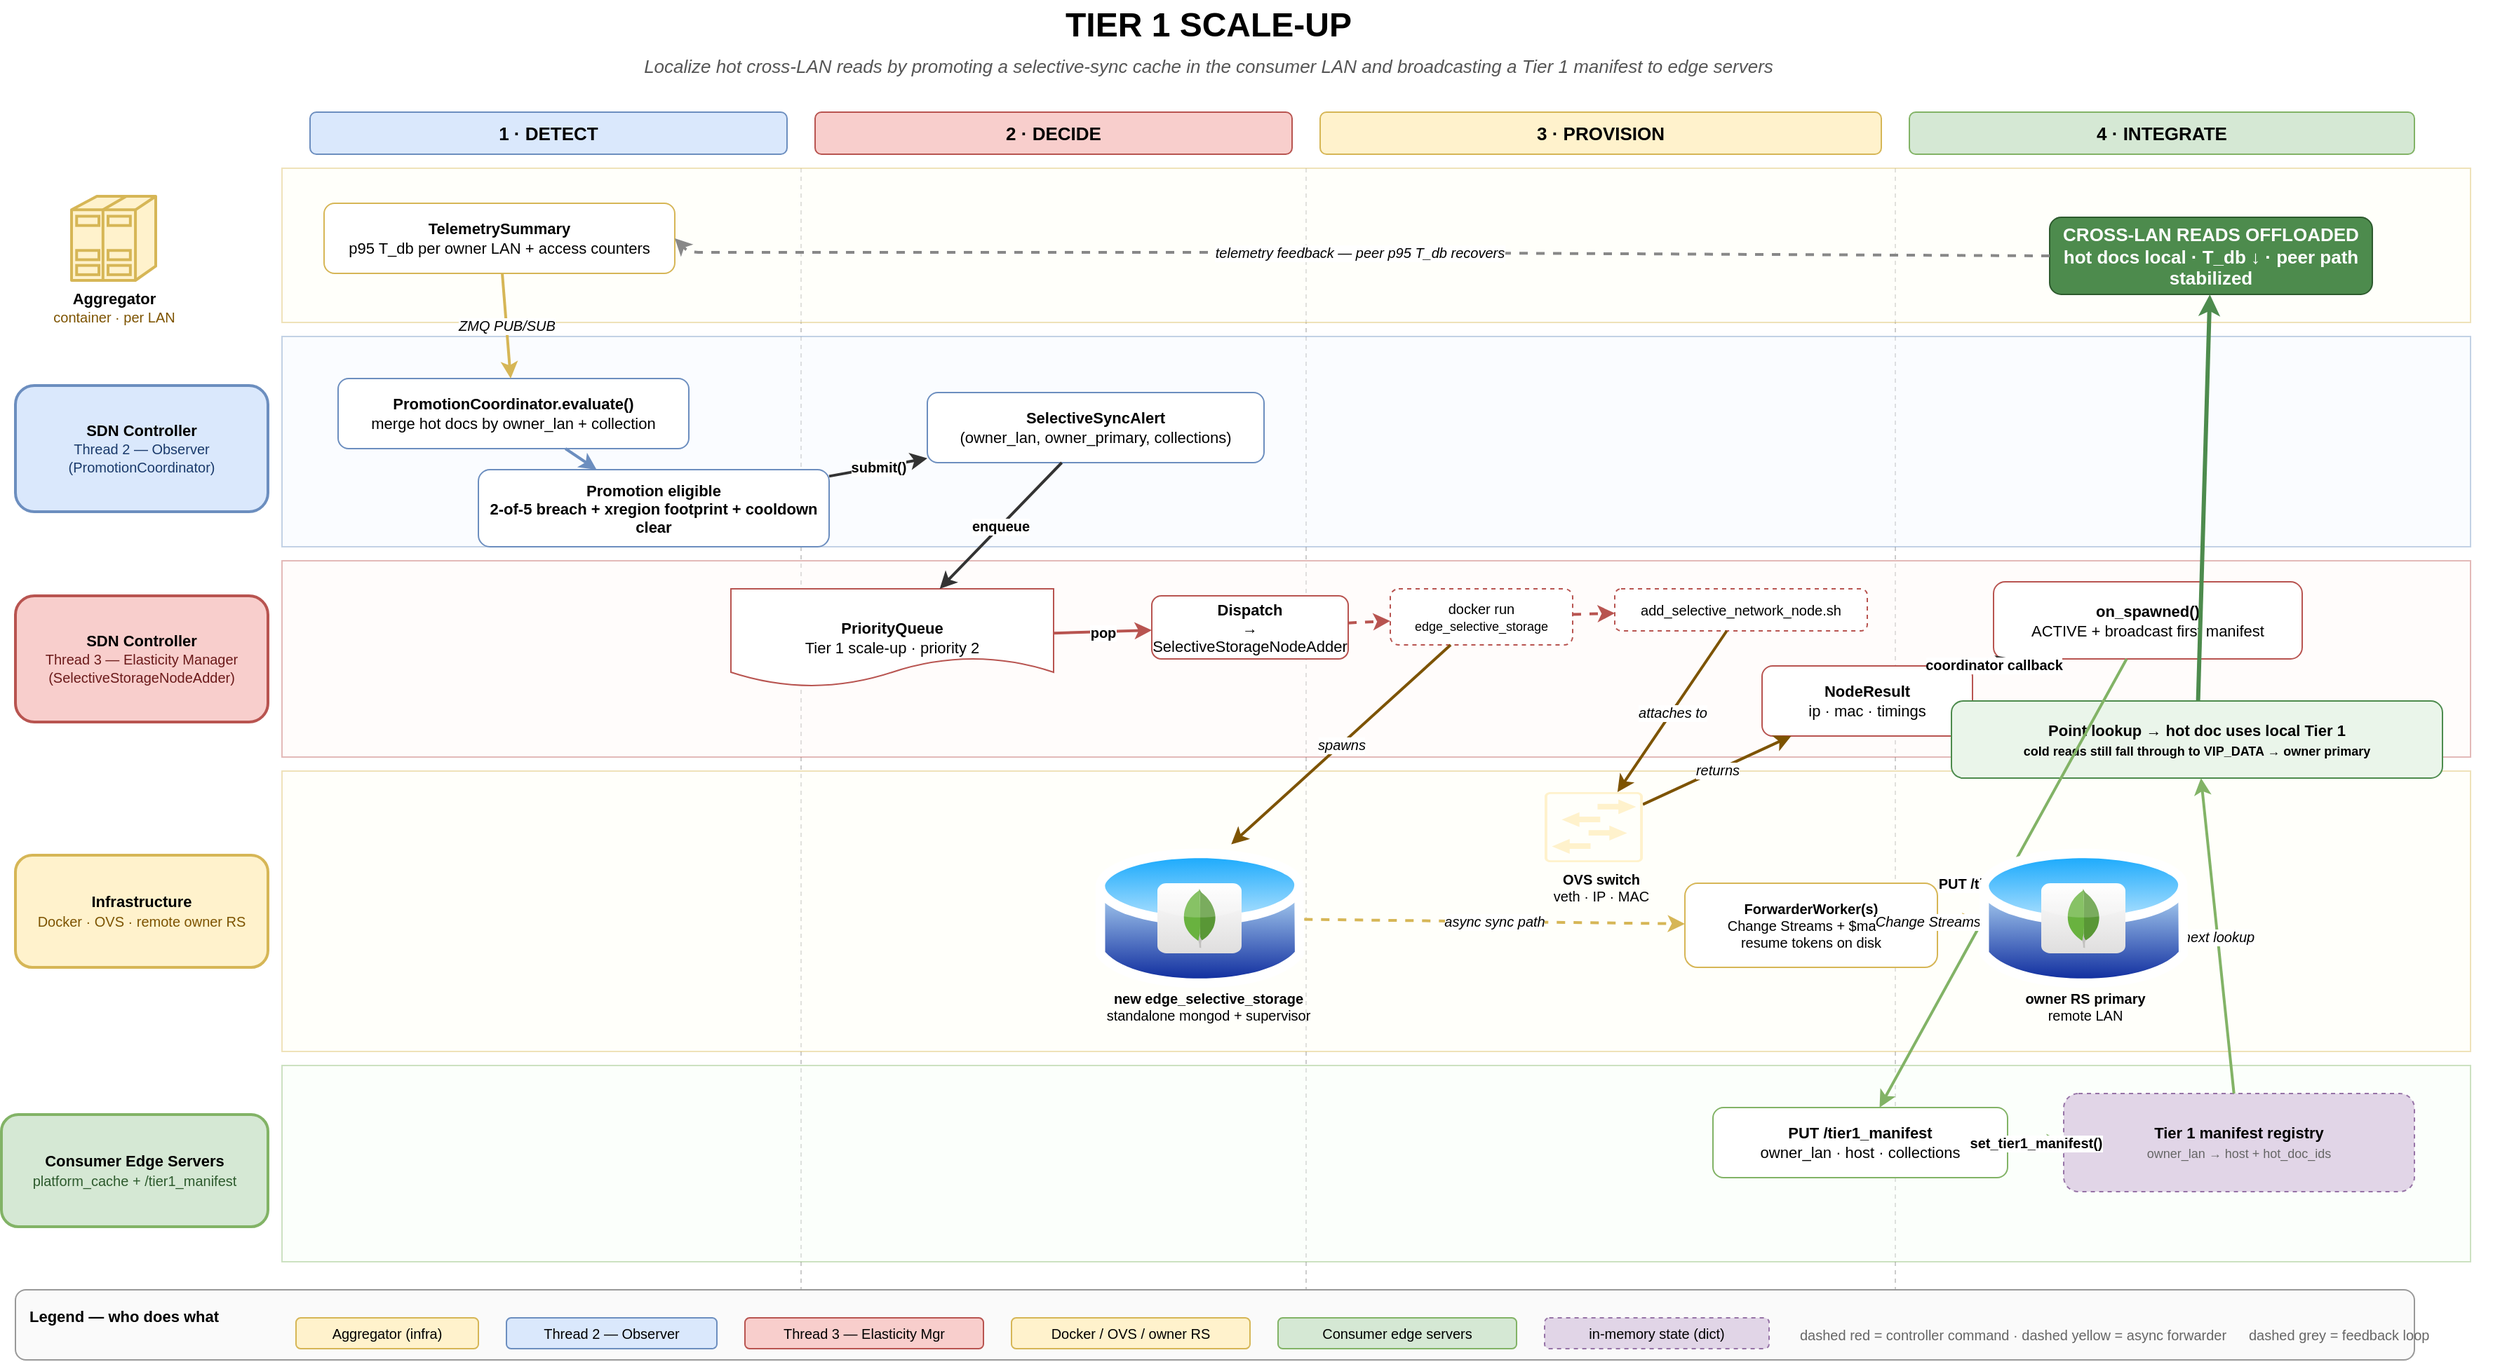
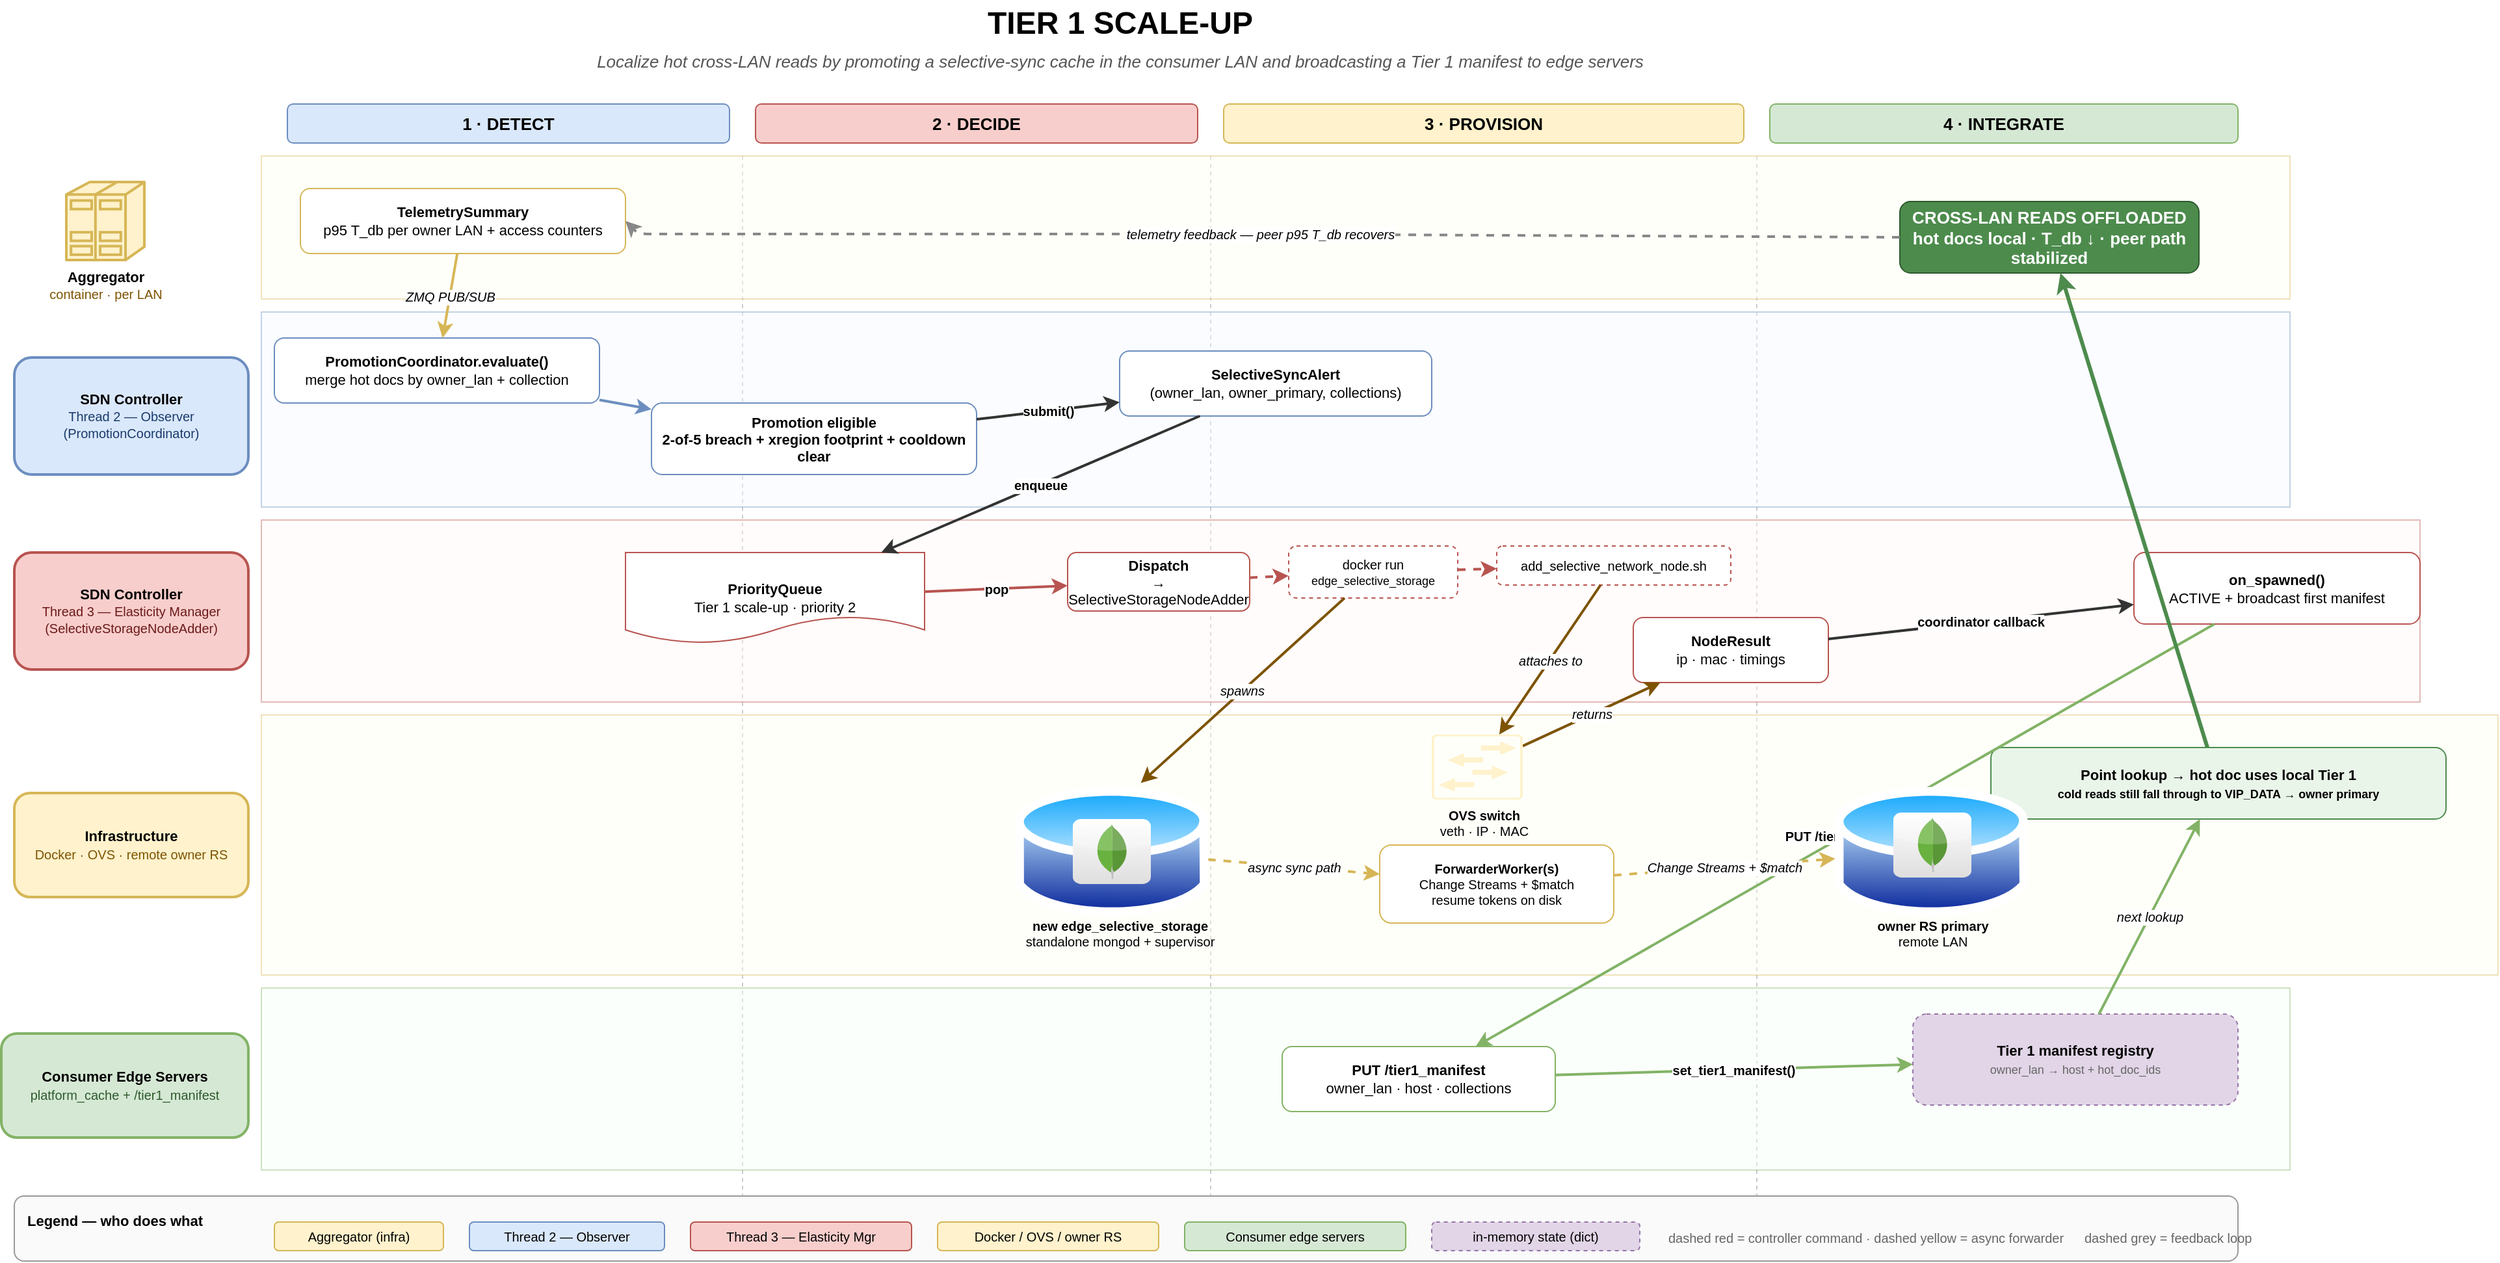
<mxfile host="65bd71144e">
    <diagram id="tier1-scale-up" name="Tier1 Scale-Up">
-         <mxGraphModel dx="816" dy="651" grid="1" gridSize="10" guides="1" tooltips="1" connect="1" arrows="1" fold="1" page="1" pageScale="1" pageWidth="1800" pageHeight="1000" background="#FFFFFF" math="0" shadow="0">
+         <mxGraphModel dx="1154" dy="740" grid="1" gridSize="10" guides="1" tooltips="1" connect="1" arrows="1" fold="1" page="1" pageScale="1" pageWidth="1800" pageHeight="1000" background="#FFFFFF" math="0" shadow="0">
            <root>
                <mxCell id="0"/>
                <mxCell id="1" parent="0"/>
                <mxCell id="title" value="TIER 1 SCALE-UP" style="text;html=1;strokeColor=none;fillColor=none;align=center;verticalAlign=middle;fontSize=24;fontStyle=1;" parent="1" vertex="1">
                    <mxGeometry x="600" y="20" width="600" height="36" as="geometry"/>
                </mxCell>
                <mxCell id="subtitle" value="Localize hot cross-LAN reads by promoting a selective-sync cache in the consumer LAN and broadcasting a Tier 1 manifest to edge servers" style="text;html=1;strokeColor=none;fillColor=none;align=center;verticalAlign=middle;fontSize=13;fontStyle=2;fontColor=#555555;" parent="1" vertex="1">
                    <mxGeometry x="260" y="56" width="1280" height="22" as="geometry"/>
                </mxCell>
                <mxCell id="ph1" value="1 · DETECT" style="rounded=1;whiteSpace=wrap;html=1;fillColor=#dae8fc;strokeColor=#6c8ebf;fontSize=13;fontStyle=1;" parent="1" vertex="1">
                    <mxGeometry x="260" y="100" width="340" height="30" as="geometry"/>
                </mxCell>
                <mxCell id="ph2" value="2 · DECIDE" style="rounded=1;whiteSpace=wrap;html=1;fillColor=#f8cecc;strokeColor=#b85450;fontSize=13;fontStyle=1;" parent="1" vertex="1">
                    <mxGeometry x="620" y="100" width="340" height="30" as="geometry"/>
                </mxCell>
                <mxCell id="ph3" value="3 · PROVISION" style="rounded=1;whiteSpace=wrap;html=1;fillColor=#fff2cc;strokeColor=#d6b656;fontSize=13;fontStyle=1;" parent="1" vertex="1">
                    <mxGeometry x="980" y="100" width="400" height="30" as="geometry"/>
                </mxCell>
                <mxCell id="ph4" value="4 · INTEGRATE" style="rounded=1;whiteSpace=wrap;html=1;fillColor=#d5e8d4;strokeColor=#82b366;fontSize=13;fontStyle=1;" parent="1" vertex="1">
                    <mxGeometry x="1400" y="100" width="360" height="30" as="geometry"/>
                </mxCell>
                <mxCell id="sep1" style="endArrow=none;html=1;strokeColor=#cccccc;dashed=1;" parent="1" edge="1">
                    <mxGeometry relative="1" as="geometry">
                        <mxPoint x="610" y="140" as="sourcePoint"/>
                        <mxPoint x="610" y="960" as="targetPoint"/>
                    </mxGeometry>
                </mxCell>
                <mxCell id="sep2" style="endArrow=none;html=1;strokeColor=#cccccc;dashed=1;" parent="1" edge="1">
                    <mxGeometry relative="1" as="geometry">
                        <mxPoint x="970" y="140" as="sourcePoint"/>
                        <mxPoint x="970" y="960" as="targetPoint"/>
                    </mxGeometry>
                </mxCell>
                <mxCell id="sep3" style="endArrow=none;html=1;strokeColor=#cccccc;dashed=1;" parent="1" edge="1">
                    <mxGeometry relative="1" as="geometry">
                        <mxPoint x="1390" y="140" as="sourcePoint"/>
                        <mxPoint x="1390" y="960" as="targetPoint"/>
                    </mxGeometry>
                </mxCell>
                <mxCell id="lane_agg" value="" style="rounded=0;whiteSpace=wrap;html=1;fillColor=#fffef2;strokeColor=#d6b656;opacity=40;" parent="1" vertex="1">
                    <mxGeometry x="240" y="140" width="1560" height="110" as="geometry"/>
                </mxCell>
                <mxCell id="lane_agg_hdr" value="&lt;b&gt;Aggregator&lt;/b&gt;&lt;br/&gt;&lt;span style=&quot;font-size:10px;color:#7d5300&quot;&gt;container · per LAN&lt;/span&gt;" style="shape=mxgraph.cisco.servers.standard_host;html=1;pointerEvents=1;dashed=0;fillColor=#fff2cc;strokeColor=#d6b656;strokeWidth=2;verticalLabelPosition=bottom;verticalAlign=top;align=center;outlineConnect=0;fontSize=11;" parent="1" vertex="1">
                    <mxGeometry x="90" y="160" width="60" height="60" as="geometry"/>
                </mxCell>
                <mxCell id="lane_t2" value="" style="rounded=0;whiteSpace=wrap;html=1;fillColor=#f2f7ff;strokeColor=#6c8ebf;opacity=40;" parent="1" vertex="1">
                    <mxGeometry x="240" y="260" width="1560" height="150" as="geometry"/>
                </mxCell>
                <mxCell id="lane_t2_hdr" value="&lt;b&gt;SDN Controller&lt;/b&gt;&lt;br/&gt;&lt;span style=&quot;font-size:10px;color:#1a3a6b&quot;&gt;Thread 2 — Observer&lt;/span&gt;&lt;br/&gt;&lt;span style=&quot;font-size:10px;color:#1a3a6b&quot;&gt;(PromotionCoordinator)&lt;/span&gt;" style="rounded=1;whiteSpace=wrap;html=1;fillColor=#dae8fc;strokeColor=#6c8ebf;fontSize=11;strokeWidth=2;" parent="1" vertex="1">
                    <mxGeometry x="50" y="295" width="180" height="90" as="geometry"/>
                </mxCell>
                <mxCell id="lane_t3" value="" style="rounded=0;whiteSpace=wrap;html=1;fillColor=#fff7f6;strokeColor=#b85450;opacity=40;" parent="1" vertex="1">
-                     <mxGeometry x="240" y="420" width="1560" height="140" as="geometry"/>
+                     <mxGeometry x="240" y="420" width="1660" height="140" as="geometry"/>
                </mxCell>
                <mxCell id="lane_t3_hdr" value="&lt;b&gt;SDN Controller&lt;/b&gt;&lt;br/&gt;&lt;span style=&quot;font-size:10px;color:#6b1a1a&quot;&gt;Thread 3 — Elasticity Manager&lt;/span&gt;&lt;br/&gt;&lt;span style=&quot;font-size:10px;color:#6b1a1a&quot;&gt;(SelectiveStorageNodeAdder)&lt;/span&gt;" style="rounded=1;whiteSpace=wrap;html=1;fillColor=#f8cecc;strokeColor=#b85450;fontSize=11;strokeWidth=2;" parent="1" vertex="1">
                    <mxGeometry x="50" y="445" width="180" height="90" as="geometry"/>
                </mxCell>
                <mxCell id="lane_infra" value="" style="rounded=0;whiteSpace=wrap;html=1;fillColor=#fffef2;strokeColor=#d6b656;opacity=40;" parent="1" vertex="1">
-                     <mxGeometry x="240" y="570" width="1560" height="200" as="geometry"/>
+                     <mxGeometry x="240" y="570" width="1720" height="200" as="geometry"/>
                </mxCell>
                <mxCell id="lane_infra_hdr" value="&lt;b&gt;Infrastructure&lt;/b&gt;&lt;br/&gt;&lt;span style=&quot;font-size:10px;color:#7d5300&quot;&gt;Docker · OVS · remote owner RS&lt;/span&gt;" style="rounded=1;whiteSpace=wrap;html=1;fillColor=#fff2cc;strokeColor=#d6b656;fontSize=11;strokeWidth=2;" parent="1" vertex="1">
                    <mxGeometry x="50" y="630" width="180" height="80" as="geometry"/>
                </mxCell>
                <mxCell id="lane_edge" value="" style="rounded=0;whiteSpace=wrap;html=1;fillColor=#f6fff4;strokeColor=#82b366;opacity=40;" parent="1" vertex="1">
                    <mxGeometry x="240" y="780" width="1560" height="140" as="geometry"/>
                </mxCell>
                <mxCell id="lane_edge_hdr" value="&lt;b&gt;Consumer Edge Servers&lt;/b&gt;&lt;br/&gt;&lt;span style=&quot;font-size:10px;color:#2d5a2d&quot;&gt;platform_cache + /tier1_manifest&lt;/span&gt;" style="rounded=1;whiteSpace=wrap;html=1;fillColor=#d5e8d4;strokeColor=#82b366;fontSize=11;strokeWidth=2;" parent="1" vertex="1">
                    <mxGeometry x="40" y="815" width="190" height="80" as="geometry"/>
                </mxCell>
                <mxCell id="n_agg_pub" value="&lt;b&gt;TelemetrySummary&lt;/b&gt;&lt;br/&gt;p95 T_db per owner LAN + access counters" style="rounded=1;whiteSpace=wrap;html=1;fillColor=#ffffff;strokeColor=#d6b656;fontSize=11;" parent="1" vertex="1">
                    <mxGeometry x="270" y="165" width="250" height="50" as="geometry"/>
                </mxCell>
                <mxCell id="n_t2_eval" value="&lt;b&gt;PromotionCoordinator.evaluate()&lt;/b&gt;&lt;br/&gt;merge hot docs by owner_lan + collection" style="rounded=1;whiteSpace=wrap;html=1;fillColor=#ffffff;strokeColor=#6c8ebf;fontSize=11;" parent="1" vertex="1">
-                     <mxGeometry x="280" y="290" width="250" height="50" as="geometry"/>
+                     <mxGeometry x="250" y="280" width="250" height="50" as="geometry"/>
                </mxCell>
                <mxCell id="n_t2_gate" value="&lt;b&gt;Promotion eligible&lt;/b&gt;&lt;br/&gt;2-of-5 breach + xregion footprint + cooldown clear" style="rounded=1;whiteSpace=wrap;html=1;fillColor=#ffffff;strokeColor=#6c8ebf;fontSize=11;fontStyle=1;" parent="1" vertex="1">
-                     <mxGeometry x="380" y="355" width="250" height="55" as="geometry"/>
+                     <mxGeometry x="540" y="330" width="250" height="55" as="geometry"/>
                </mxCell>
                <mxCell id="n_alert" value="&lt;b&gt;SelectiveSyncAlert&lt;/b&gt;&lt;br/&gt;(owner_lan, owner_primary, collections)" style="rounded=1;whiteSpace=wrap;html=1;fillColor=#ffffff;strokeColor=#6c8ebf;fontSize=11;" parent="1" vertex="1">
-                     <mxGeometry x="700" y="300" width="240" height="50" as="geometry"/>
+                     <mxGeometry x="900" y="290" width="240" height="50" as="geometry"/>
                </mxCell>
                <mxCell id="n_t3_queue" value="&lt;b&gt;PriorityQueue&lt;/b&gt;&lt;br/&gt;Tier 1 scale-up · priority 2" style="shape=document;whiteSpace=wrap;html=1;fillColor=#ffffff;strokeColor=#b85450;fontSize=11;" parent="1" vertex="1">
-                     <mxGeometry x="560" y="440" width="230" height="70" as="geometry"/>
+                     <mxGeometry x="520" y="445" width="230" height="70" as="geometry"/>
                </mxCell>
                <mxCell id="n_t3_dispatch" value="&lt;b&gt;Dispatch&lt;/b&gt;&lt;br/&gt;→ SelectiveStorageNodeAdder" style="rounded=1;whiteSpace=wrap;html=1;fillColor=#ffffff;strokeColor=#b85450;fontSize=11;" parent="1" vertex="1">
                    <mxGeometry x="860" y="445" width="140" height="45" as="geometry"/>
                </mxCell>
                <mxCell id="n_t3_cmd1" value="docker run&lt;br/&gt;&lt;span style=&quot;font-size:9px&quot;&gt;edge_selective_storage&lt;/span&gt;" style="rounded=1;whiteSpace=wrap;html=1;fillColor=#ffffff;strokeColor=#b85450;fontSize=10;dashed=1;" parent="1" vertex="1">
                    <mxGeometry x="1030" y="440" width="130" height="40" as="geometry"/>
                </mxCell>
                <mxCell id="n_t3_cmd2" value="add_selective_network_node.sh" style="rounded=1;whiteSpace=wrap;html=1;fillColor=#ffffff;strokeColor=#b85450;fontSize=10;dashed=1;" parent="1" vertex="1">
                    <mxGeometry x="1190" y="440" width="180" height="30" as="geometry"/>
                </mxCell>
                <mxCell id="n_t3_result" value="&lt;b&gt;NodeResult&lt;/b&gt;&lt;br/&gt;ip · mac · timings" style="rounded=1;whiteSpace=wrap;html=1;fillColor=#ffffff;strokeColor=#b85450;fontSize=11;" parent="1" vertex="1">
                    <mxGeometry x="1295" y="495" width="150" height="50" as="geometry"/>
                </mxCell>
                <mxCell id="n_t3_activate" value="&lt;b&gt;on_spawned()&lt;/b&gt;&lt;br/&gt;ACTIVE + broadcast first manifest" style="rounded=1;whiteSpace=wrap;html=1;fillColor=#ffffff;strokeColor=#b85450;fontSize=11;" parent="1" vertex="1">
-                     <mxGeometry x="1460" y="435" width="220" height="55" as="geometry"/>
+                     <mxGeometry x="1680" y="445" width="220" height="55" as="geometry"/>
                </mxCell>
                <mxCell id="n_new_lbl" value="&lt;b&gt;new edge_selective_storage&lt;/b&gt;&lt;br/&gt;standalone mongod + supervisor" style="text;html=1;align=center;fontSize=10;" parent="1" vertex="1">
                    <mxGeometry x="810" y="720" width="180" height="30" as="geometry"/>
                </mxCell>
                <mxCell id="n_ovs_lbl" value="&lt;b&gt;OVS switch&lt;/b&gt;&lt;br/&gt;veth · IP · MAC" style="text;html=1;align=center;fontSize=10;" parent="1" vertex="1">
                    <mxGeometry x="1125" y="635" width="110" height="30" as="geometry"/>
                </mxCell>
                <mxCell id="n_owner_lbl" value="&lt;b&gt;owner RS primary&lt;/b&gt;&lt;br/&gt;remote LAN" style="text;html=1;align=center;fontSize=10;" parent="1" vertex="1">
                    <mxGeometry x="1450" y="720" width="150" height="30" as="geometry"/>
                </mxCell>
                <mxCell id="n_forwarder" value="&lt;b&gt;ForwarderWorker(s)&lt;/b&gt;&lt;br/&gt;Change Streams + $match&lt;br/&gt;resume tokens on disk" style="rounded=1;whiteSpace=wrap;html=1;fillColor=#ffffff;strokeColor=#d6b656;fontSize=10;" parent="1" vertex="1">
-                     <mxGeometry x="1240" y="650" width="180" height="60" as="geometry"/>
+                     <mxGeometry x="1100" y="670" width="180" height="60" as="geometry"/>
                </mxCell>
                <mxCell id="n_manifest" value="&lt;b&gt;PUT /tier1_manifest&lt;/b&gt;&lt;br/&gt;owner_lan · host · collections" style="rounded=1;whiteSpace=wrap;html=1;fillColor=#ffffff;strokeColor=#82b366;fontSize=11;" parent="1" vertex="1">
-                     <mxGeometry x="1260" y="810" width="210" height="50" as="geometry"/>
+                     <mxGeometry x="1025" y="825" width="210" height="50" as="geometry"/>
                </mxCell>
                <mxCell id="n_registry" value="&lt;b&gt;Tier 1 manifest registry&lt;/b&gt;&lt;br/&gt;&lt;span style=&quot;font-size:9px;color:#666&quot;&gt;owner_lan → host + hot_doc_ids&lt;/span&gt;" style="rounded=1;whiteSpace=wrap;html=1;fillColor=#e1d5e7;strokeColor=#9673a6;fontSize=11;dashed=1;" parent="1" vertex="1">
                    <mxGeometry x="1510" y="800" width="250" height="70" as="geometry"/>
                </mxCell>
                <mxCell id="n_readpath" value="&lt;b&gt;Point lookup&lt;/b&gt; → hot doc uses local Tier 1&lt;br/&gt;&lt;span style=&quot;font-size:9px&quot;&gt;cold reads still fall through to VIP_DATA → owner primary&lt;/span&gt;" style="rounded=1;whiteSpace=wrap;html=1;fillColor=#eaf5ea;strokeColor=#4d8b4d;fontSize=11;fontStyle=1;" parent="1" vertex="1">
-                     <mxGeometry x="1430" y="520" width="350" height="55" as="geometry"/>
+                     <mxGeometry x="1570" y="595" width="350" height="55" as="geometry"/>
                </mxCell>
                <mxCell id="n_goal" value="&lt;b&gt;CROSS-LAN READS OFFLOADED&lt;/b&gt;&lt;br/&gt;hot docs local · T_db ↓ · peer path stabilized" style="rounded=1;whiteSpace=wrap;html=1;fillColor=#4d8b4d;fontColor=#ffffff;strokeColor=#2d5a2d;fontSize=13;fontStyle=1;" parent="1" vertex="1">
                    <mxGeometry x="1500" y="175" width="230" height="55" as="geometry"/>
                </mxCell>
                <mxCell id="e_pub" value="ZMQ PUB/SUB" style="endArrow=classic;html=1;strokeColor=#d6b656;strokeWidth=2;fontSize=10;fontStyle=2;labelBackgroundColor=#ffffff;" parent="1" source="n_agg_pub" target="n_t2_eval" edge="1">
                    <mxGeometry relative="1" as="geometry"/>
                </mxCell>
                <mxCell id="e_eval" style="endArrow=classic;html=1;strokeColor=#6c8ebf;strokeWidth=2;" parent="1" source="n_t2_eval" target="n_t2_gate" edge="1">
                    <mxGeometry relative="1" as="geometry"/>
                </mxCell>
                <mxCell id="e_post" value="submit()" style="endArrow=classic;html=1;strokeColor=#333333;strokeWidth=2;fontSize=10;fontStyle=1;labelBackgroundColor=#ffffff;" parent="1" source="n_t2_gate" target="n_alert" edge="1">
                    <mxGeometry relative="1" as="geometry"/>
                </mxCell>
                <mxCell id="e_enqueue" value="enqueue" style="endArrow=classic;html=1;strokeColor=#333333;strokeWidth=2;fontSize=10;fontStyle=1;labelBackgroundColor=#ffffff;" parent="1" source="n_alert" target="n_t3_queue" edge="1">
                    <mxGeometry relative="1" as="geometry"/>
                </mxCell>
                <mxCell id="e_pop" value="pop" style="endArrow=classic;html=1;strokeColor=#b85450;strokeWidth=2;fontSize=10;fontStyle=1;labelBackgroundColor=#ffffff;" parent="1" source="n_t3_queue" target="n_t3_dispatch" edge="1">
                    <mxGeometry relative="1" as="geometry"/>
                </mxCell>
                <mxCell id="e_cmd1" style="endArrow=classic;html=1;strokeColor=#b85450;strokeWidth=2;dashed=1;" parent="1" source="n_t3_dispatch" target="n_t3_cmd1" edge="1">
                    <mxGeometry relative="1" as="geometry"/>
                </mxCell>
                <mxCell id="e_cmd2" style="endArrow=classic;html=1;strokeColor=#b85450;strokeWidth=2;dashed=1;" parent="1" source="n_t3_cmd1" target="n_t3_cmd2" edge="1">
                    <mxGeometry relative="1" as="geometry"/>
                </mxCell>
                <mxCell id="e_docker" value="spawns" style="endArrow=classic;html=1;strokeColor=#7d5300;strokeWidth=2;fontSize=10;fontStyle=2;labelBackgroundColor=#ffffff;entryX=0.65;entryY=0.02;entryDx=0;entryDy=0;entryPerimeter=0;" parent="1" source="n_t3_cmd1" target="db_local" edge="1">
                    <mxGeometry relative="1" as="geometry">
                        <mxPoint x="925" y="620" as="targetPoint"/>
                    </mxGeometry>
                </mxCell>
                <mxCell id="e_attach" value="attaches to" style="endArrow=classic;html=1;strokeColor=#7d5300;strokeWidth=2;fontSize=10;fontStyle=2;labelBackgroundColor=#ffffff;" parent="1" source="n_t3_cmd2" target="n_ovs" edge="1">
                    <mxGeometry relative="1" as="geometry"/>
                </mxCell>
                <mxCell id="e_result" value="returns" style="endArrow=classic;html=1;strokeColor=#7d5300;strokeWidth=2;fontSize=10;fontStyle=2;labelBackgroundColor=#ffffff;" parent="1" source="n_ovs" target="n_t3_result" edge="1">
                    <mxGeometry relative="1" as="geometry"/>
                </mxCell>
                <mxCell id="e_activate" value="coordinator callback" style="endArrow=classic;html=1;strokeColor=#333333;strokeWidth=2;fontSize=10;fontStyle=1;labelBackgroundColor=#ffffff;" parent="1" source="n_t3_result" target="n_t3_activate" edge="1">
                    <mxGeometry relative="1" as="geometry"/>
                </mxCell>
                <mxCell id="e_manifest" value="PUT /tier1_manifest" style="endArrow=classic;html=1;strokeColor=#82b366;strokeWidth=2;fontSize=10;fontStyle=1;labelBackgroundColor=#ffffff;" parent="1" source="n_t3_activate" target="n_manifest" edge="1">
                    <mxGeometry relative="1" as="geometry"/>
                </mxCell>
                <mxCell id="e_registry" value="set_tier1_manifest()" style="endArrow=classic;html=1;strokeColor=#82b366;strokeWidth=2;fontSize=10;fontStyle=1;labelBackgroundColor=#ffffff;" parent="1" source="n_manifest" target="n_registry" edge="1">
                    <mxGeometry relative="1" as="geometry"/>
                </mxCell>
                <mxCell id="e_readpath" value="next lookup" style="endArrow=classic;html=1;strokeColor=#82b366;strokeWidth=2;fontSize=10;fontStyle=2;labelBackgroundColor=#ffffff;" parent="1" source="n_registry" target="n_readpath" edge="1">
                    <mxGeometry relative="1" as="geometry"/>
                </mxCell>
                <mxCell id="e_goal" style="endArrow=classic;html=1;strokeColor=#4d8b4d;strokeWidth=3;" parent="1" source="n_readpath" target="n_goal" edge="1">
                    <mxGeometry relative="1" as="geometry"/>
                </mxCell>
                <mxCell id="e_sync" value="async sync path" style="endArrow=classic;html=1;strokeColor=#d6b656;strokeWidth=2;fontSize=10;fontStyle=2;labelBackgroundColor=#ffffff;dashed=1;" parent="1" source="db_local" target="n_forwarder" edge="1">
                    <mxGeometry relative="1" as="geometry"/>
                </mxCell>
                <mxCell id="e_stream" value="Change Streams + $match" style="endArrow=classic;html=1;strokeColor=#d6b656;strokeWidth=2;fontSize=10;fontStyle=2;labelBackgroundColor=#ffffff;dashed=1;" parent="1" source="n_forwarder" target="db_owner" edge="1">
                    <mxGeometry relative="1" as="geometry"/>
                </mxCell>
                <mxCell id="e_feedback" value="telemetry feedback — peer p95 T_db recovers" style="endArrow=classic;html=1;dashed=1;strokeColor=#888888;strokeWidth=2;fontSize=10;fontStyle=2;labelBackgroundColor=#ffffff;exitX=0;exitY=0.5;exitDx=0;exitDy=0;entryX=1;entryY=0.5;entryDx=0;entryDy=0;" parent="1" source="n_goal" target="n_agg_pub" edge="1">
                    <mxGeometry relative="1" as="geometry">
                        <Array as="points">
                            <mxPoint x="990" y="200"/>
                            <mxPoint x="530" y="200"/>
                        </Array>
                    </mxGeometry>
                </mxCell>
                <mxCell id="legend_box" value="Legend — who does what" style="rounded=1;whiteSpace=wrap;html=1;fillColor=#fafafa;strokeColor=#999999;fontSize=11;fontStyle=1;align=left;verticalAlign=top;spacingLeft=8;spacingTop=6;" parent="1" vertex="1">
                    <mxGeometry x="50" y="940" width="1710" height="50" as="geometry"/>
                </mxCell>
                <mxCell id="leg_agg" value="Aggregator (infra)" style="rounded=1;whiteSpace=wrap;html=1;fillColor=#fff2cc;strokeColor=#d6b656;fontSize=10;" parent="1" vertex="1">
                    <mxGeometry x="250" y="960" width="130" height="22" as="geometry"/>
                </mxCell>
                <mxCell id="leg_t2" value="Thread 2 — Observer" style="rounded=1;whiteSpace=wrap;html=1;fillColor=#dae8fc;strokeColor=#6c8ebf;fontSize=10;" parent="1" vertex="1">
                    <mxGeometry x="400" y="960" width="150" height="22" as="geometry"/>
                </mxCell>
                <mxCell id="leg_t3" value="Thread 3 — Elasticity Mgr" style="rounded=1;whiteSpace=wrap;html=1;fillColor=#f8cecc;strokeColor=#b85450;fontSize=10;" parent="1" vertex="1">
                    <mxGeometry x="570" y="960" width="170" height="22" as="geometry"/>
                </mxCell>
                <mxCell id="leg_infra" value="Docker / OVS / owner RS" style="rounded=1;whiteSpace=wrap;html=1;fillColor=#fff2cc;strokeColor=#d6b656;fontSize=10;" parent="1" vertex="1">
                    <mxGeometry x="760" y="960" width="170" height="22" as="geometry"/>
                </mxCell>
                <mxCell id="leg_edge" value="Consumer edge servers" style="rounded=1;whiteSpace=wrap;html=1;fillColor=#d5e8d4;strokeColor=#82b366;fontSize=10;" parent="1" vertex="1">
                    <mxGeometry x="950" y="960" width="170" height="22" as="geometry"/>
                </mxCell>
                <mxCell id="leg_state" value="in-memory state (dict)" style="rounded=1;whiteSpace=wrap;html=1;fillColor=#e1d5e7;strokeColor=#9673a6;fontSize=10;dashed=1;" parent="1" vertex="1">
                    <mxGeometry x="1140" y="960" width="160" height="22" as="geometry"/>
                </mxCell>
                <mxCell id="leg_cmd" value="dashed red = controller command · dashed yellow = async forwarder" style="text;html=1;align=left;fontSize=10;fontColor=#666666;" parent="1" vertex="1">
                    <mxGeometry x="1320" y="960" width="320" height="22" as="geometry"/>
                </mxCell>
                <mxCell id="leg_fb" value="dashed grey = feedback loop" style="text;html=1;align=left;fontSize=10;fontColor=#666666;" parent="1" vertex="1">
                    <mxGeometry x="1640" y="960" width="180" height="22" as="geometry"/>
                </mxCell>
                <mxCell id="db_local" value="" style="image;aspect=fixed;perimeter=ellipsePerimeter;html=1;align=center;shadow=0;dashed=0;spacingTop=3;image=img/lib/active_directory/database.svg;" parent="1" vertex="1">
-                     <mxGeometry x="820" y="620" width="148.65" height="110" as="geometry"/>
+                     <mxGeometry x="819.68" y="620" width="148.65" height="110" as="geometry"/>
                </mxCell>
                <mxCell id="mongo_local" value="" style="dashed=0;outlineConnect=0;html=1;align=center;labelPosition=center;verticalLabelPosition=bottom;verticalAlign=top;shape=mxgraph.webicons.mongodb;gradientColor=#DFDEDE" parent="1" vertex="1">
                    <mxGeometry x="864" y="650" width="60" height="50" as="geometry"/>
                </mxCell>
                <mxCell id="n_ovs" value="" style="shape=mxgraph.cisco19.l2_switch;html=1;fillColor=#fff2cc;strokeColor=#d6b656;strokeWidth=2;verticalLabelPosition=bottom;verticalAlign=top;align=center;outlineConnect=0;fontSize=11;" parent="1" vertex="1">
                    <mxGeometry x="1140" y="585" width="70" height="50" as="geometry"/>
                </mxCell>
                <mxCell id="db_owner" value="" style="image;aspect=fixed;perimeter=ellipsePerimeter;html=1;align=center;shadow=0;dashed=0;spacingTop=3;image=img/lib/active_directory/database.svg;" parent="1" vertex="1">
                    <mxGeometry x="1450" y="620" width="148.65" height="110" as="geometry"/>
                </mxCell>
                <mxCell id="mongo_owner" value="" style="dashed=0;outlineConnect=0;html=1;align=center;labelPosition=center;verticalLabelPosition=bottom;verticalAlign=top;shape=mxgraph.webicons.mongodb;gradientColor=#DFDEDE" parent="1" vertex="1">
-                     <mxGeometry x="1494" y="650" width="60" height="50" as="geometry"/>
+                     <mxGeometry x="1495" y="645" width="60" height="50" as="geometry"/>
                </mxCell>
            </root>
        </mxGraphModel>
    </diagram>
</mxfile>